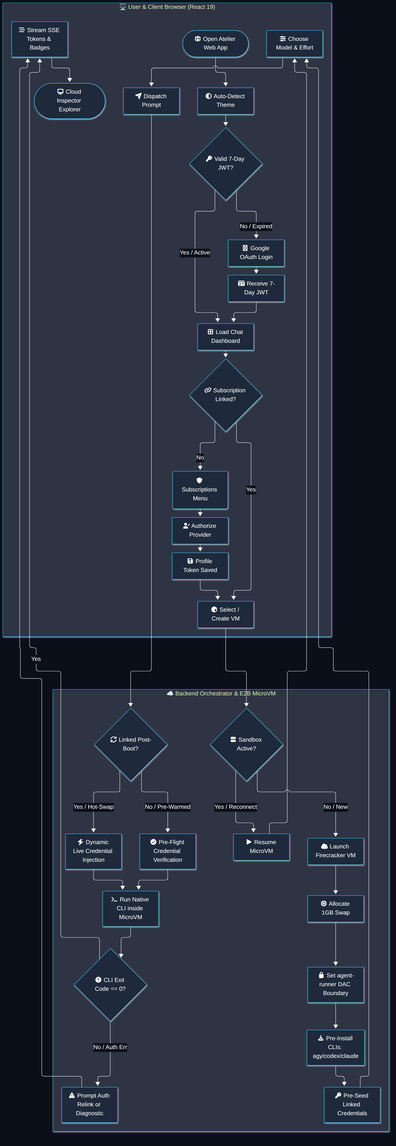
Before: backend/visualizations/user-flow-diagram.png, a diagram exported from Mermaid (Psychopomp3012/Atelier-integrated-ai-web-ui). Its source is kept beside it as backend/visualizations/user-flow-diagram.mmd. Source of this version:
```mermaid
%%{init: {
  'theme': 'base',
  'themeVariables': {
    'darkMode': true,
    'lineColor': '#ffffff',
    'arrowheadColor': '#ffffff',
    'mainBkg': '#1e293b',
    'nodeBorder': '#38bdf8',
    'primaryColor': '#1e293b',
    'primaryTextColor': '#ffffff',
    'primaryBorderColor': '#38bdf8',
    'secondaryColor': '#0f172a',
    'tertiaryColor': '#1e1b4b',
    'edgeLabelBackground': '#0b0f19',
    'clusterBkg': 'rgba(15, 23, 42, 0.75)',
    'clusterBorder': '#334155'
  }
}}%%
flowchart TD
    subgraph Client["🖥️ User & Client Browser (React 19)"]
        A([fa:fa-globe Open Atelier Web App]) --> B[fa:fa-adjust Auto-Detect Theme]
        B --> C{fa:fa-key Valid 7-Day JWT?}
        D[fa:fa-google Google OAuth Login] --> E[fa:fa-id-card Receive 7-Day JWT]
        E --> F[fa:fa-th-large Load Chat Dashboard]
        C -->|Yes / Active| F
        F --> G{fa:fa-link Subscription Linked?}
        H(fa:fa-shield Subscriptions Menu) --> I[fa:fa-user-check Authorize Provider]
        I --> J[fa:fa-save Profile Token Saved]
        G -->|No| H
        G -->|Yes| K[fa:fa-cube Select / Create VM]
        J --> K
        S[fa:fa-sliders Choose Model & Effort] --> T[fa:fa-paper-plane Dispatch Prompt]
        Z[fa:fa-stream Stream SSE Tokens & Badges] --> AB([fa:fa-desktop Cloud Inspector Explorer])
    end

    subgraph Cloud["☁️ Backend Orchestrator & E2B MicroVM"]
        C -->|No / Expired| D
        K --> L{fa:fa-server Sandbox Active?}
        L -->|No / New| M[fa:fa-cloud Launch Firecracker VM]
        M --> N[fa:fa-microchip Allocate 1GB Swap]
        N --> O[fa:fa-lock Set agent-runner DAC Boundary]
        O --> P[fa:fa-download Pre-Install CLIs: agy/codex/claude]
        P --> Q[fa:fa-key Pre-Seed Linked Credentials]
        L -->|Yes / Reconnect| R[fa:fa-play Resume MicroVM]
        Q --> S
        R --> S
        T --> U{fa:fa-sync Linked Post-Boot?}
        U -->|Yes / Hot-Swap| V[fa:fa-bolt Dynamic Live Credential Injection]
        U -->|No / Pre-Warmed| W[fa:fa-check-circle Pre-Flight Credential Verification]
        V --> X[fa:fa-terminal Run Native CLI inside MicroVM]
        W --> X
        X --> Y{fa:fa-question-circle CLI Exit Code == 0?}
        Y -->|Yes| Z
        Y -->|No / Auth Err| AA[fa:fa-exclamation-triangle Prompt Auth Relink or Diagnostic]
        AA --> Z
    end
```
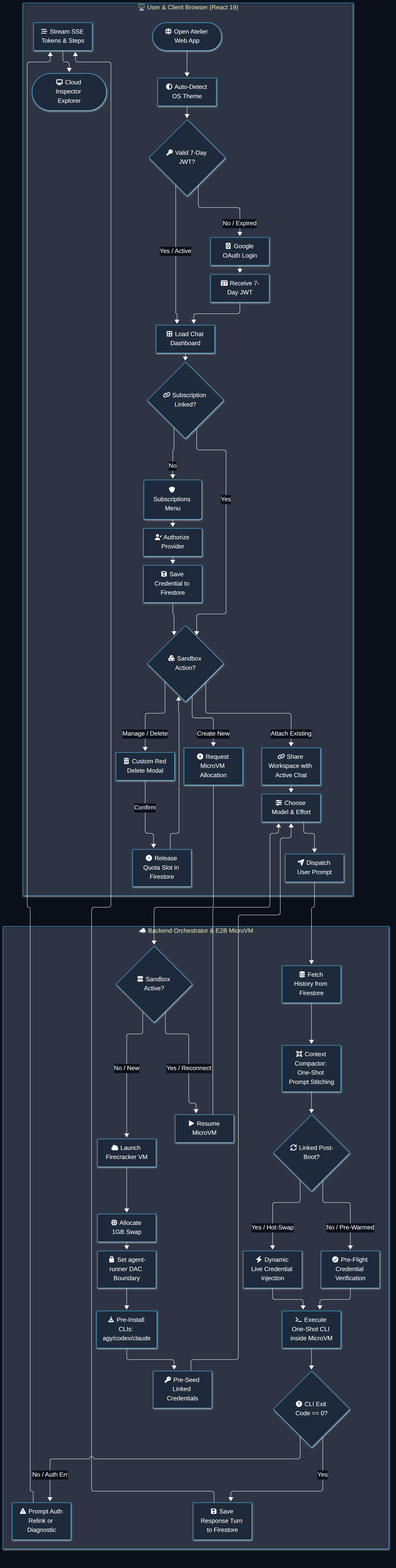
The same file after the commit.

Diff of the diagram source:
```diff
@@ -18,24 +18,30 @@
 }}%%
 flowchart TD
     subgraph Client["🖥️ User & Client Browser (React 19)"]
-        A([fa:fa-globe Open Atelier Web App]) --> B[fa:fa-adjust Auto-Detect Theme]
+        A([fa:fa-globe Open Atelier Web App]) --> B[fa:fa-adjust Auto-Detect OS Theme]
         B --> C{fa:fa-key Valid 7-Day JWT?}
         D[fa:fa-google Google OAuth Login] --> E[fa:fa-id-card Receive 7-Day JWT]
         E --> F[fa:fa-th-large Load Chat Dashboard]
         C -->|Yes / Active| F
         F --> G{fa:fa-link Subscription Linked?}
         H(fa:fa-shield Subscriptions Menu) --> I[fa:fa-user-check Authorize Provider]
-        I --> J[fa:fa-save Profile Token Saved]
+        I --> J[fa:fa-save Save Credential to Firestore]
         G -->|No| H
-        G -->|Yes| K[fa:fa-cube Select / Create VM]
+        G -->|Yes| K{fa:fa-cubes Sandbox Action?}
         J --> K
-        S[fa:fa-sliders Choose Model & Effort] --> T[fa:fa-paper-plane Dispatch Prompt]
-        Z[fa:fa-stream Stream SSE Tokens & Badges] --> AB([fa:fa-desktop Cloud Inspector Explorer])
+        K -->|Manage / Delete| KD[fa:fa-trash-alt Custom Red Delete Modal]
+        KD -->|Confirm| KDR[fa:fa-minus-circle Release Quota Slot in Firestore]
+        K -->|Attach Existing| KA[fa:fa-link Share Workspace with Active Chat]
+        K -->|Create New| KN[fa:fa-plus-circle Request MicroVM Allocation]
+        S[fa:fa-sliders Choose Model & Effort] --> T[fa:fa-paper-plane Dispatch User Prompt]
+        Z[fa:fa-stream Stream SSE Tokens & Steps] --> AB([fa:fa-desktop Cloud Inspector Explorer])
     end
 
     subgraph Cloud["☁️ Backend Orchestrator & E2B MicroVM"]
         C -->|No / Expired| D
-        K --> L{fa:fa-server Sandbox Active?}
+        KDR --> K
+        KA --> S
+        KN --> L{fa:fa-server Sandbox Active?}
         L -->|No / New| M[fa:fa-cloud Launch Firecracker VM]
         M --> N[fa:fa-microchip Allocate 1GB Swap]
         N --> O[fa:fa-lock Set agent-runner DAC Boundary]
@@ -44,13 +50,16 @@
         L -->|Yes / Reconnect| R[fa:fa-play Resume MicroVM]
         Q --> S
         R --> S
-        T --> U{fa:fa-sync Linked Post-Boot?}
+        T --> TH[fa:fa-database Fetch History from Firestore]
+        TH --> TC[fa:fa-compress-arrows-alt Context Compactor: One-Shot Prompt Stitching]
+        TC --> U{fa:fa-sync Linked Post-Boot?}
         U -->|Yes / Hot-Swap| V[fa:fa-bolt Dynamic Live Credential Injection]
         U -->|No / Pre-Warmed| W[fa:fa-check-circle Pre-Flight Credential Verification]
-        V --> X[fa:fa-terminal Run Native CLI inside MicroVM]
+        V --> X[fa:fa-terminal Execute One-Shot CLI inside MicroVM]
         W --> X
         X --> Y{fa:fa-question-circle CLI Exit Code == 0?}
-        Y -->|Yes| Z
+        Y -->|Yes| FS[fa:fa-save Save Response Turn to Firestore]
+        FS --> Z
         Y -->|No / Auth Err| AA[fa:fa-exclamation-triangle Prompt Auth Relink or Diagnostic]
         AA --> Z
     end
```
